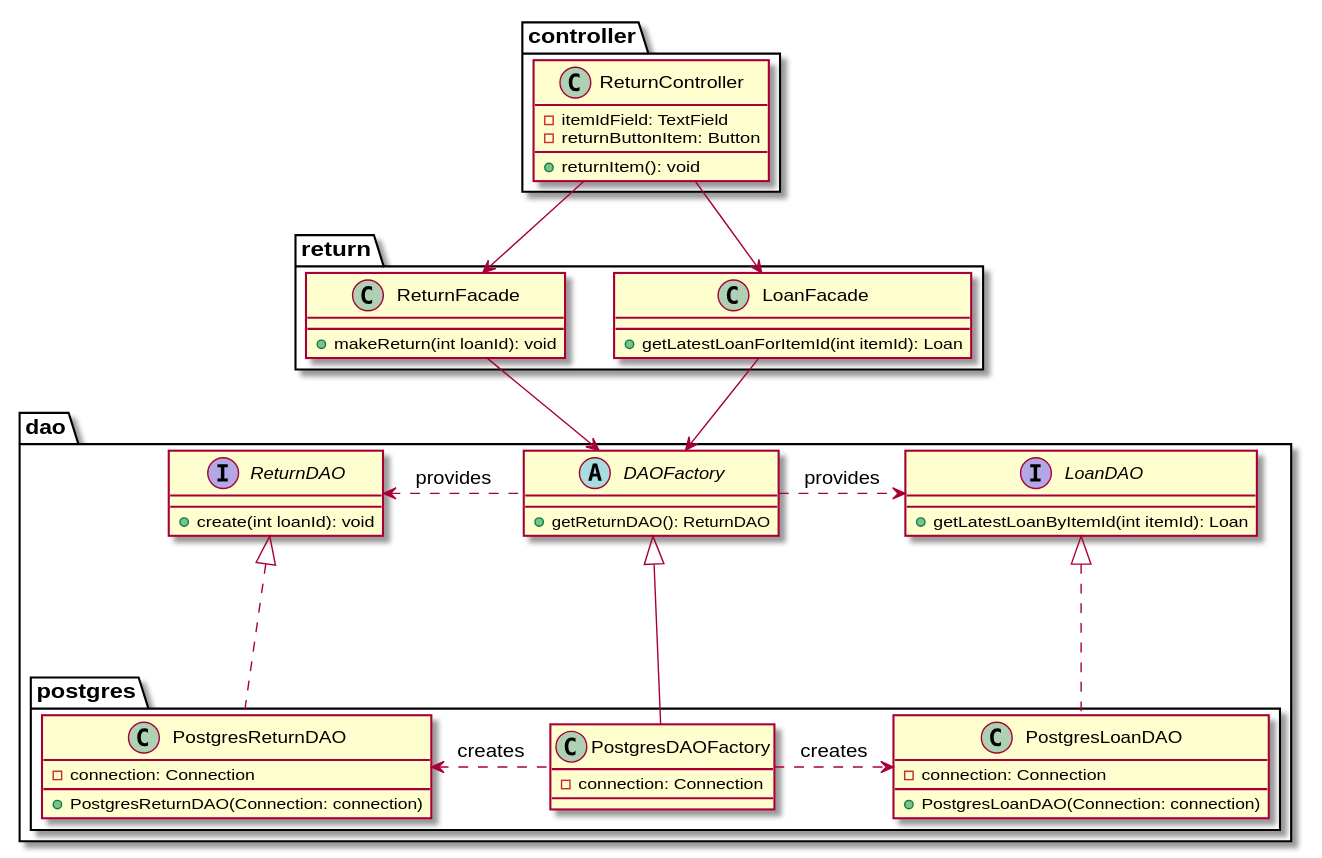
This is specifications/software-design/return/return-class-diagram.svg from BrokenSwing/Comixaire, a PlantUML export, as it was before one commit.
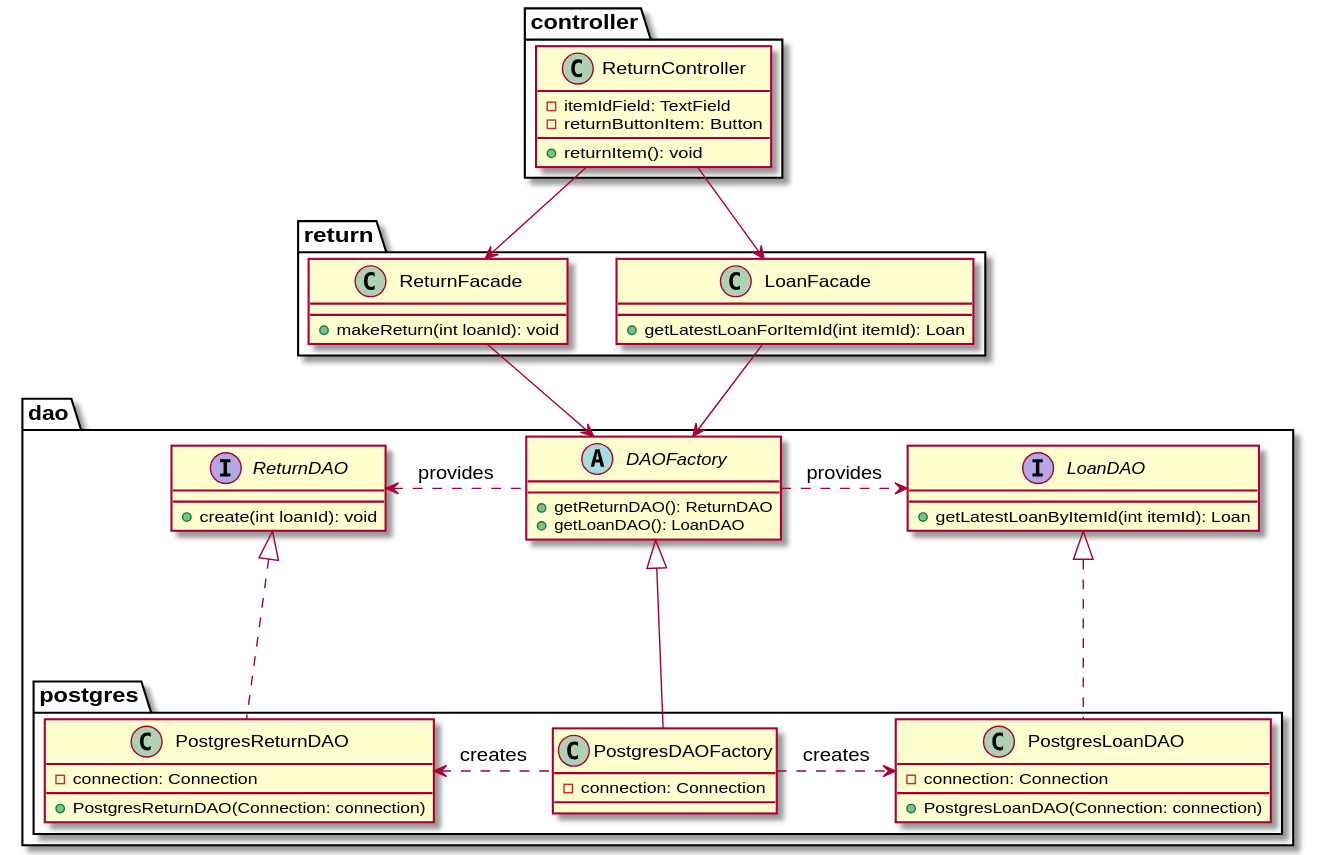
Above is the later version.

Commit message:
add readme for booking diagrams

What changed in the source:
```diff
@@ -24,6 +24,7 @@
 
   abstract class DAOFactory {
     +getReturnDAO(): ReturnDAO
+    +getLoanDAO(): LoanDAO
   }
 
   interface ReturnDAO {
```
